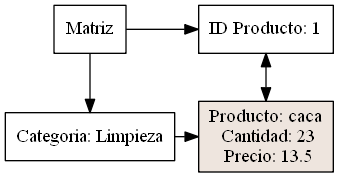
Above: Proyecto_Clase/Matriz_inventario.png in Eduardo01004/Proyecto_Clase_EDD (Graphviz), before the change. Its source is kept beside it as Proyecto_Clase/Matriz_inventario.dot. Source of this version:
```dot
digraph G{
node [shape = box]
raiz[label="Matriz"  group=1];
418712999 [label="Categoria: Limpieza" group = 1];
1216803888 [label="ID Producto: 1" group = 3];
raiz ->418712999
raiz ->1216803888
{ rank  = same; raiz
1216803888;
}
637853966 [style=filled,fillcolor=seashell2,label= "Producto: caca&#92;n Cantidad: 23&#92;n Precio: 13.5" group = 3 ];
418712999->637853966
{ rank = same; 418712999;
637853966;
}
1216803888->637853966[dir=both];
}
```
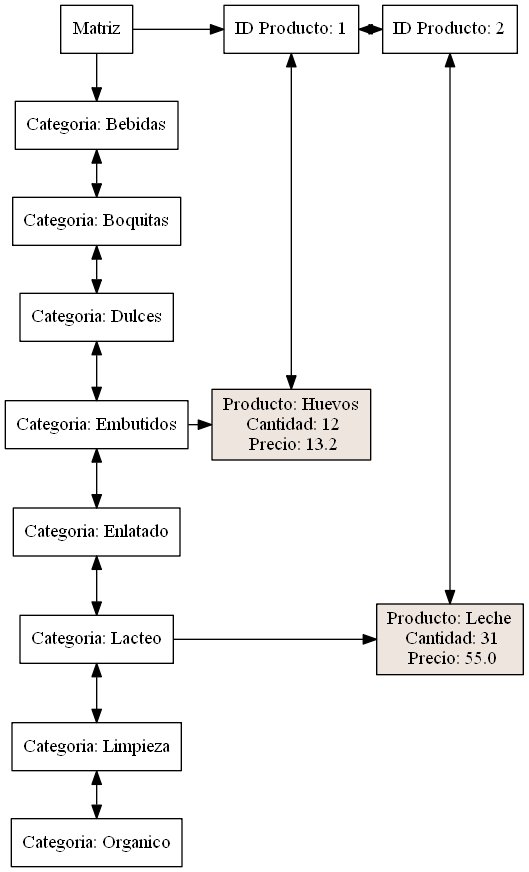
After the commit.

The edit, as a diff of the source:
```diff
@@ -1,17 +1,40 @@
 digraph G{
 node [shape = box]
 raiz[label="Matriz"  group=1];
-418712999 [label="Categoria: Limpieza" group = 1];
-1216803888 [label="ID Producto: 1" group = 3];
-raiz ->418712999
-raiz ->1216803888
+1882024626 [label="Categoria: Bebidas" group = 1];
+1516575667 [label="Categoria: Boquitas" group = 1];
+1120436845 [label="Categoria: Dulces" group = 1];
+182012127 [label="Categoria: Embutidos" group = 1];
+1668568105 [label="Categoria: Enlatado" group = 1];
+289305463 [label="Categoria: Lacteo" group = 1];
+400769239 [label="Categoria: Limpieza" group = 1];
+1463577924 [label="Categoria: Organico" group = 1];
+1882024626->1516575667[dir=both];
+1516575667->1120436845[dir=both];
+1120436845->182012127[dir=both];
+182012127->1668568105[dir=both];
+1668568105->289305463[dir=both];
+289305463->400769239[dir=both];
+400769239->1463577924[dir=both];
+649193886 [label="ID Producto: 1" group = 3];
+249519909 [label="ID Producto: 2" group = 4];
+649193886->249519909[dir=both];
+raiz ->1882024626
+raiz ->649193886
 { rank  = same; raiz
-1216803888;
+649193886;
+249519909;
 }
-637853966 [style=filled,fillcolor=seashell2,label= "Producto: caca&#92;n Cantidad: 23&#92;n Precio: 13.5" group = 3 ];
-418712999->637853966
-{ rank = same; 418712999;
-637853966;
+184222762 [style=filled,fillcolor=seashell2,label= "Producto: Huevos&#92;n Cantidad: 12&#92;n Precio: 13.2" group = 3 ];
+1263047086 [style=filled,fillcolor=seashell2,label= "Producto: Leche&#92;n Cantidad: 31&#92;n Precio: 55.0" group = 4 ];
+182012127->184222762
+{ rank = same; 182012127;
+184222762;
 }
-1216803888->637853966[dir=both];
+289305463->1263047086
+{ rank = same; 289305463;
+1263047086;
 }
+649193886->184222762[dir=both];
+249519909->1263047086[dir=both];
+}
```
